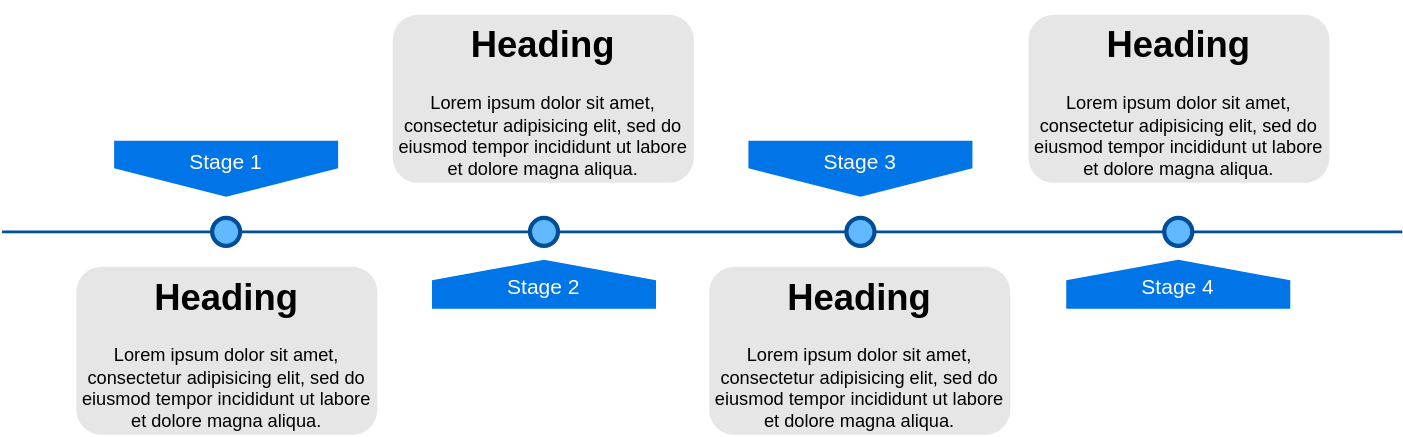
mashroomxl/tech keeps this draw.io diagram as OOP 时间线.svg. Above is the earlier version. Source tidied: cells renumbered, new cells last; positions are measured from the earlier drawing's top-left corner, leaving out a move shared by most shapes. The source it was exported from:
```xml
<mxGraphModel>
  <root>
    <mxCell id="0" />
    <mxCell id="1" parent="0" />
    <mxCell id="2" style="line;strokeWidth=2;html=1;fillColor=none;fontSize=28;fontColor=#004D99;strokeColor=#004D99;" parent="1" vertex="1">
      <mxGeometry y="150" width="1000" height="10" as="geometry" />
    </mxCell>
    <mxCell id="3" value="Stage 1" style="shape=offPageConnector;whiteSpace=wrap;html=1;fillColor=#0075E8;fontSize=15;fontColor=#FFFFFF;size=0.5093750000000015;verticalAlign=top;strokeColor=none;" parent="1" vertex="1">
      <mxGeometry x="80" y="90" width="160" height="40" as="geometry" />
    </mxCell>
    <mxCell id="4" value="&lt;span&gt;Stage 3&lt;/span&gt;" style="shape=offPageConnector;whiteSpace=wrap;html=1;fillColor=#0075E8;fontSize=15;fontColor=#FFFFFF;size=0.5093750000000015;verticalAlign=top;strokeColor=none;" parent="1" vertex="1">
      <mxGeometry x="533" y="90" width="160" height="40" as="geometry" />
    </mxCell>
    <mxCell id="5" value="&lt;span&gt;Stage 2&lt;/span&gt;" style="shape=offPageConnector;whiteSpace=wrap;html=1;fillColor=#0075E8;fontSize=15;fontColor=#FFFFFF;size=0.4178571428571445;flipV=1;verticalAlign=bottom;strokeColor=none;spacingBottom=4;" parent="1" vertex="1">
      <mxGeometry x="307" y="175" width="160" height="35" as="geometry" />
    </mxCell>
    <mxCell id="6" value="&lt;span&gt;Stage 4&lt;/span&gt;" style="shape=offPageConnector;whiteSpace=wrap;html=1;fillColor=#0075E8;fontSize=15;fontColor=#FFFFFF;size=0.4178571428571445;flipV=1;verticalAlign=bottom;strokeColor=none;spacingBottom=4;" parent="1" vertex="1">
      <mxGeometry x="760" y="175" width="160" height="35" as="geometry" />
    </mxCell>
    <mxCell id="7" style="ellipse;whiteSpace=wrap;html=1;fillColor=#61BAFF;fontSize=28;fontColor=#004D99;strokeWidth=3;strokeColor=#004D99;" parent="1" vertex="1">
      <mxGeometry x="150" y="145" width="20" height="20" as="geometry" />
    </mxCell>
    <mxCell id="8" style="ellipse;whiteSpace=wrap;html=1;fillColor=#61BAFF;fontSize=28;fontColor=#004D99;strokeWidth=3;strokeColor=#004D99;" parent="1" vertex="1">
      <mxGeometry x="377" y="145" width="20" height="20" as="geometry" />
    </mxCell>
    <mxCell id="9" style="ellipse;whiteSpace=wrap;html=1;fillColor=#61BAFF;fontSize=28;fontColor=#004D99;strokeWidth=3;strokeColor=#004D99;" parent="1" vertex="1">
      <mxGeometry x="603" y="145" width="20" height="20" as="geometry" />
    </mxCell>
    <mxCell id="10" style="ellipse;whiteSpace=wrap;html=1;fillColor=#61BAFF;fontSize=28;fontColor=#004D99;strokeWidth=3;strokeColor=#004D99;" parent="1" vertex="1">
      <mxGeometry x="830" y="145" width="20" height="20" as="geometry" />
    </mxCell>
    <mxCell id="11" value="&lt;h1&gt;Heading&lt;/h1&gt;&lt;p&gt;Lorem ipsum dolor sit amet, consectetur adipisicing elit, sed do eiusmod tempor incididunt ut labore et dolore magna aliqua.&lt;/p&gt;" style="text;html=1;spacing=5;spacingTop=-20;whiteSpace=wrap;overflow=hidden;strokeColor=none;strokeWidth=3;fillColor=#E6E6E6;fontSize=13;fontColor=#000000;align=center;rounded=1;" parent="1" vertex="1">
      <mxGeometry x="53" y="180" width="215" height="120" as="geometry" />
    </mxCell>
    <mxCell id="12" value="&lt;h1&gt;Heading&lt;/h1&gt;&lt;p&gt;Lorem ipsum dolor sit amet, consectetur adipisicing elit, sed do eiusmod tempor incididunt ut labore et dolore magna aliqua.&lt;/p&gt;" style="text;html=1;spacing=5;spacingTop=-20;whiteSpace=wrap;overflow=hidden;strokeColor=none;strokeWidth=3;fillColor=#E6E6E6;fontSize=13;fontColor=#000000;align=center;rounded=1;" parent="1" vertex="1">
      <mxGeometry x="279" width="215" height="120" as="geometry" />
    </mxCell>
    <mxCell id="13" value="&lt;h1&gt;Heading&lt;/h1&gt;&lt;p&gt;Lorem ipsum dolor sit amet, consectetur adipisicing elit, sed do eiusmod tempor incididunt ut labore et dolore magna aliqua.&lt;/p&gt;" style="text;html=1;spacing=5;spacingTop=-20;whiteSpace=wrap;overflow=hidden;strokeColor=none;strokeWidth=3;fillColor=#E6E6E6;fontSize=13;fontColor=#000000;align=center;rounded=1;" parent="1" vertex="1">
      <mxGeometry x="505" y="180" width="215" height="120" as="geometry" />
    </mxCell>
    <mxCell id="14" value="&lt;h1&gt;Heading&lt;/h1&gt;&lt;p&gt;Lorem ipsum dolor sit amet, consectetur adipisicing elit, sed do eiusmod tempor incididunt ut labore et dolore magna aliqua.&lt;/p&gt;" style="text;html=1;spacing=5;spacingTop=-20;whiteSpace=wrap;overflow=hidden;strokeColor=none;strokeWidth=3;fillColor=#E6E6E6;fontSize=13;fontColor=#000000;align=center;rounded=1;" parent="1" vertex="1">
      <mxGeometry x="733" width="215" height="120" as="geometry" />
    </mxCell>
  </root>
</mxGraphModel>
```
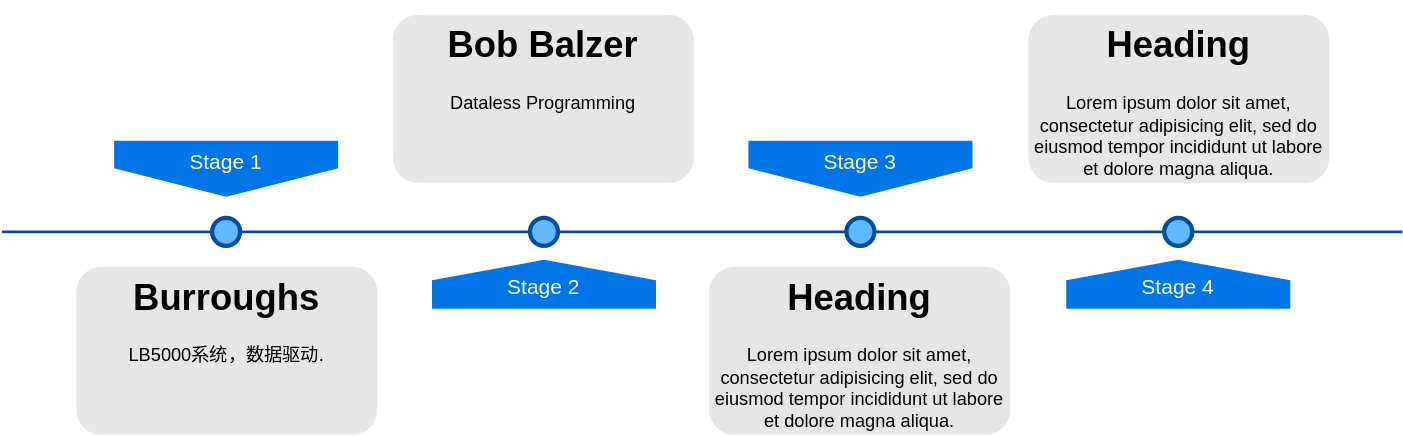
After the change.

Diff of the diagram source:
```diff
@@ -29,10 +29,10 @@
     <mxCell id="10" style="ellipse;whiteSpace=wrap;html=1;fillColor=#61BAFF;fontSize=28;fontColor=#004D99;strokeWidth=3;strokeColor=#004D99;" parent="1" vertex="1">
       <mxGeometry x="830" y="145" width="20" height="20" as="geometry" />
     </mxCell>
-    <mxCell id="11" value="&lt;h1&gt;Heading&lt;/h1&gt;&lt;p&gt;Lorem ipsum dolor sit amet, consectetur adipisicing elit, sed do eiusmod tempor incididunt ut labore et dolore magna aliqua.&lt;/p&gt;" style="text;html=1;spacing=5;spacingTop=-20;whiteSpace=wrap;overflow=hidden;strokeColor=none;strokeWidth=3;fillColor=#E6E6E6;fontSize=13;fontColor=#000000;align=center;rounded=1;" parent="1" vertex="1">
+    <mxCell id="11" value="&lt;h1&gt;Burroughs&lt;/h1&gt;&lt;p&gt;LB5000系统，数据驱动&lt;span&gt;.&lt;/span&gt;&lt;/p&gt;" style="text;html=1;spacing=5;spacingTop=-20;whiteSpace=wrap;overflow=hidden;strokeColor=none;strokeWidth=3;fillColor=#E6E6E6;fontSize=13;fontColor=#000000;align=center;rounded=1;" parent="1" vertex="1">
       <mxGeometry x="53" y="180" width="215" height="120" as="geometry" />
     </mxCell>
-    <mxCell id="12" value="&lt;h1&gt;Heading&lt;/h1&gt;&lt;p&gt;Lorem ipsum dolor sit amet, consectetur adipisicing elit, sed do eiusmod tempor incididunt ut labore et dolore magna aliqua.&lt;/p&gt;" style="text;html=1;spacing=5;spacingTop=-20;whiteSpace=wrap;overflow=hidden;strokeColor=none;strokeWidth=3;fillColor=#E6E6E6;fontSize=13;fontColor=#000000;align=center;rounded=1;" parent="1" vertex="1">
+    <mxCell id="12" value="&lt;h1&gt;Bob Balzer&lt;/h1&gt;&lt;p&gt;Dataless Programming&lt;/p&gt;" style="text;html=1;spacing=5;spacingTop=-20;whiteSpace=wrap;overflow=hidden;strokeColor=none;strokeWidth=3;fillColor=#E6E6E6;fontSize=13;fontColor=#000000;align=center;rounded=1;" parent="1" vertex="1">
       <mxGeometry x="279" width="215" height="120" as="geometry" />
     </mxCell>
     <mxCell id="13" value="&lt;h1&gt;Heading&lt;/h1&gt;&lt;p&gt;Lorem ipsum dolor sit amet, consectetur adipisicing elit, sed do eiusmod tempor incididunt ut labore et dolore magna aliqua.&lt;/p&gt;" style="text;html=1;spacing=5;spacingTop=-20;whiteSpace=wrap;overflow=hidden;strokeColor=none;strokeWidth=3;fillColor=#E6E6E6;fontSize=13;fontColor=#000000;align=center;rounded=1;" parent="1" vertex="1">
```
